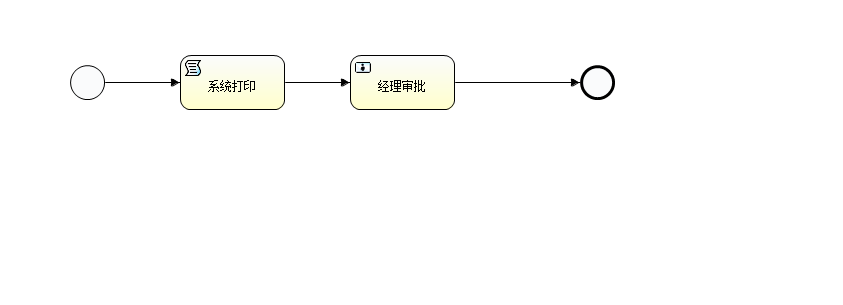
Above: src/main/resources/process/export.png in heyanyong/drug (BPMN), before the change. Its source is kept beside it as src/main/resources/process/export.bpmn. Ids are renumbered.
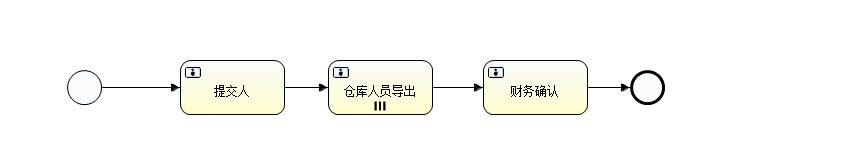
After the change.

Diff of the diagram source:
```diff
@@ -2,41 +2,49 @@
   <process id="export" name="exportName" isExecutable="true">
     <startEvent id="exportStart" name="Start"></startEvent>
     <endEvent id="endevent1" name="End"></endEvent>
-    <sequenceFlow id="flow1" sourceRef="exportStart" targetRef="scripttask1"></sequenceFlow>
-    <sequenceFlow id="flow2" sourceRef="usertask1" targetRef="endevent1"></sequenceFlow>
-    <scriptTask id="scripttask1" name="系统打印" scriptFormat="groovy" activiti:autoStoreVariables="false">
-      <script>System.out.println("11111")</script>
-    </scriptTask>
-    <userTask id="usertask1" name="经理审批" activiti:assignee="李丽" activiti:candidateUsers="张三">
+    <userTask id="usertask2" name="仓库人员导出">
       <documentation>描述</documentation>
+      <multiInstanceLoopCharacteristics isSequential="false" activiti:collection="ckadmin"></multiInstanceLoopCharacteristics>
     </userTask>
-    <sequenceFlow id="flow3" sourceRef="scripttask1" targetRef="usertask1"></sequenceFlow>
+    <sequenceFlow id="flow5" sourceRef="usertask4" targetRef="endevent1"></sequenceFlow>
+    <userTask id="usertask3" name="提交人" activiti:assignee="${createUser}"></userTask>
+    <sequenceFlow id="flow6" sourceRef="exportStart" targetRef="usertask3"></sequenceFlow>
+    <sequenceFlow id="flow7" sourceRef="usertask3" targetRef="usertask2"></sequenceFlow>
+    <userTask id="usertask4" name="财务确认" activiti:assignee="财务专员"></userTask>
+    <sequenceFlow id="flow8" sourceRef="usertask2" targetRef="usertask4"></sequenceFlow>
   </process>
   <bpmndi:BPMNDiagram id="BPMNDiagram_export">
     <bpmndi:BPMNPlane bpmnElement="export" id="BPMNPlane_export">
       <bpmndi:BPMNShape bpmnElement="exportStart" id="BPMNShape_exportStart">
-        <omgdc:Bounds height="35.0" width="35.0" x="70.0" y="65.0"></omgdc:Bounds>
+        <omgdc:Bounds height="35.0" width="35.0" x="67.0" y="70.0"></omgdc:Bounds>
       </bpmndi:BPMNShape>
       <bpmndi:BPMNShape bpmnElement="endevent1" id="BPMNShape_endevent1">
-        <omgdc:Bounds height="35.0" width="35.0" x="580.0" y="65.0"></omgdc:Bounds>
+        <omgdc:Bounds height="35.0" width="35.0" x="630.0" y="70.0"></omgdc:Bounds>
       </bpmndi:BPMNShape>
-      <bpmndi:BPMNShape bpmnElement="scripttask1" id="BPMNShape_scripttask1">
-        <omgdc:Bounds height="55.0" width="105.0" x="180.0" y="55.0"></omgdc:Bounds>
+      <bpmndi:BPMNShape bpmnElement="usertask2" id="BPMNShape_usertask2">
+        <omgdc:Bounds height="55.0" width="105.0" x="328.0" y="60.0"></omgdc:Bounds>
       </bpmndi:BPMNShape>
-      <bpmndi:BPMNShape bpmnElement="usertask1" id="BPMNShape_usertask1">
-        <omgdc:Bounds height="55.0" width="105.0" x="350.0" y="55.0"></omgdc:Bounds>
+      <bpmndi:BPMNShape bpmnElement="usertask3" id="BPMNShape_usertask3">
+        <omgdc:Bounds height="55.0" width="105.0" x="180.0" y="60.0"></omgdc:Bounds>
       </bpmndi:BPMNShape>
-      <bpmndi:BPMNEdge bpmnElement="flow1" id="BPMNEdge_flow1">
-        <omgdi:waypoint x="105.0" y="82.0"></omgdi:waypoint>
-        <omgdi:waypoint x="180.0" y="82.0"></omgdi:waypoint>
+      <bpmndi:BPMNShape bpmnElement="usertask4" id="BPMNShape_usertask4">
+        <omgdc:Bounds height="55.0" width="105.0" x="483.0" y="60.0"></omgdc:Bounds>
+      </bpmndi:BPMNShape>
+      <bpmndi:BPMNEdge bpmnElement="flow5" id="BPMNEdge_flow5">
+        <omgdi:waypoint x="588.0" y="87.0"></omgdi:waypoint>
+        <omgdi:waypoint x="630.0" y="87.0"></omgdi:waypoint>
       </bpmndi:BPMNEdge>
-      <bpmndi:BPMNEdge bpmnElement="flow2" id="BPMNEdge_flow2">
-        <omgdi:waypoint x="455.0" y="82.0"></omgdi:waypoint>
-        <omgdi:waypoint x="580.0" y="82.0"></omgdi:waypoint>
+      <bpmndi:BPMNEdge bpmnElement="flow6" id="BPMNEdge_flow6">
+        <omgdi:waypoint x="102.0" y="87.0"></omgdi:waypoint>
+        <omgdi:waypoint x="180.0" y="87.0"></omgdi:waypoint>
       </bpmndi:BPMNEdge>
-      <bpmndi:BPMNEdge bpmnElement="flow3" id="BPMNEdge_flow3">
-        <omgdi:waypoint x="285.0" y="82.0"></omgdi:waypoint>
-        <omgdi:waypoint x="350.0" y="82.0"></omgdi:waypoint>
+      <bpmndi:BPMNEdge bpmnElement="flow7" id="BPMNEdge_flow7">
+        <omgdi:waypoint x="285.0" y="87.0"></omgdi:waypoint>
+        <omgdi:waypoint x="328.0" y="87.0"></omgdi:waypoint>
+      </bpmndi:BPMNEdge>
+      <bpmndi:BPMNEdge bpmnElement="flow8" id="BPMNEdge_flow8">
+        <omgdi:waypoint x="433.0" y="87.0"></omgdi:waypoint>
+        <omgdi:waypoint x="483.0" y="87.0"></omgdi:waypoint>
       </bpmndi:BPMNEdge>
     </bpmndi:BPMNPlane>
   </bpmndi:BPMNDiagram>
```
